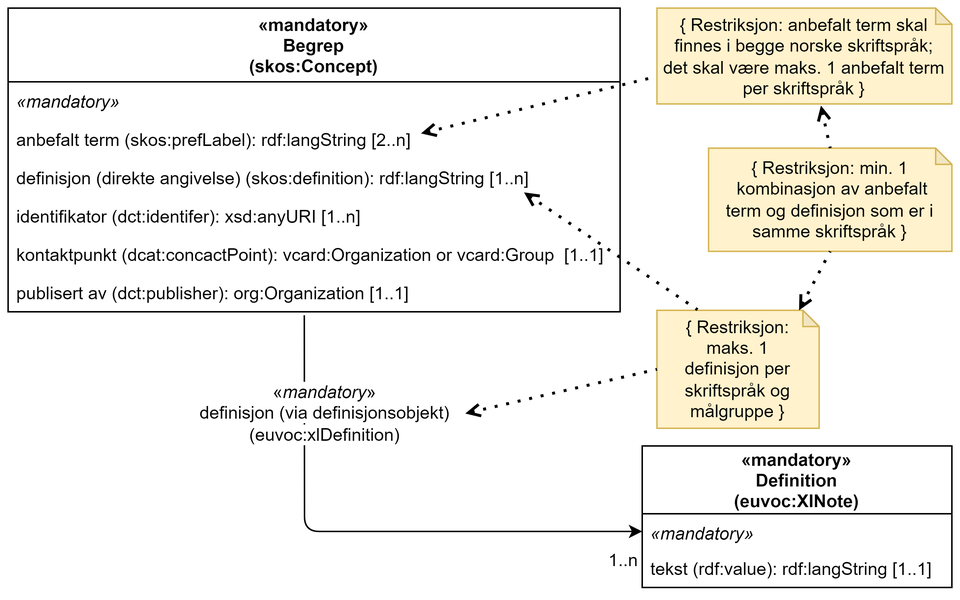
Before: docs/images/SKOS-AP-NO-Begrep-kun-obligatoriske.png, a diagram exported from draw.io (Informasjonsforvaltning/skos-ap-no-begrep). Source tidied: cells renumbered, new cells last; positions are measured from the earlier drawing's top-left corner, leaving out a move shared by most shapes.
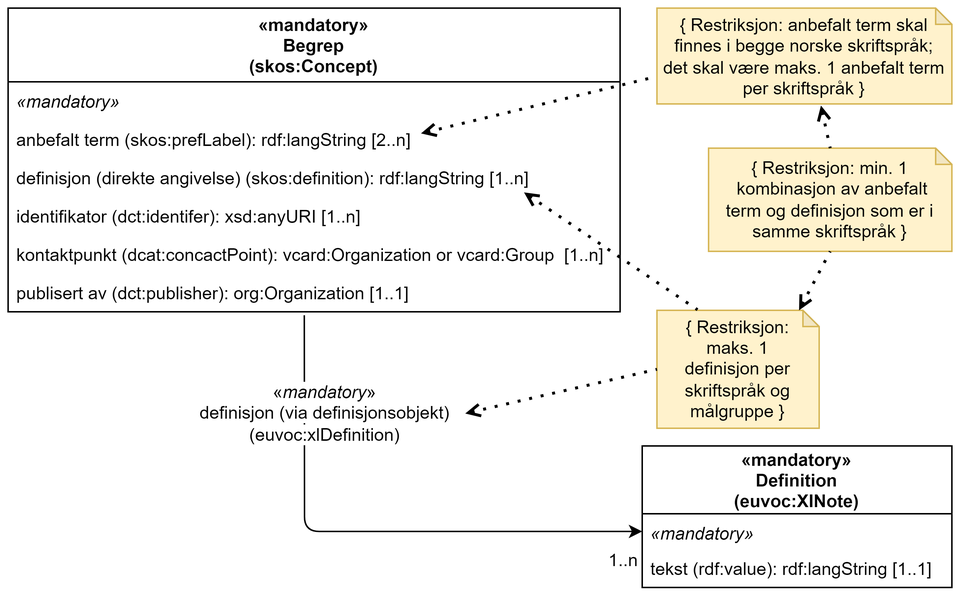
The same file after the commit.

The edit, as a diff of the source:
```diff
@@ -17,7 +17,7 @@
     <mxCell id="6" value="identifikator (dct:identifer): xsd:anyURI [1..n]" style="text;strokeColor=none;fillColor=none;align=left;verticalAlign=top;spacingLeft=4;spacingRight=4;overflow=hidden;" parent="2" vertex="1">
       <mxGeometry y="128" width="415" height="26" as="geometry" />
     </mxCell>
-    <mxCell id="7" value="kontaktpunkt (dcat:concactPoint): vcard:Organization or vcard:Group  [1..1]" style="text;strokeColor=none;fillColor=none;align=left;verticalAlign=top;spacingLeft=4;spacingRight=4;overflow=hidden;" parent="2" vertex="1">
+    <mxCell id="7" value="kontaktpunkt (dcat:concactPoint): vcard:Organization or vcard:Group  [1..n]" style="text;strokeColor=none;fillColor=none;align=left;verticalAlign=top;spacingLeft=4;spacingRight=4;overflow=hidden;" parent="2" vertex="1">
       <mxGeometry y="154" width="415" height="26" as="geometry" />
     </mxCell>
     <mxCell id="8" value="publisert av (dct:publisher): org:Organization [1..1]" style="text;strokeColor=none;fillColor=none;align=left;verticalAlign=top;spacingLeft=4;spacingRight=4;overflow=hidden;points=[[0,0.5],[1,0.5]];portConstraint=eastwest;" parent="2" vertex="1">
```
